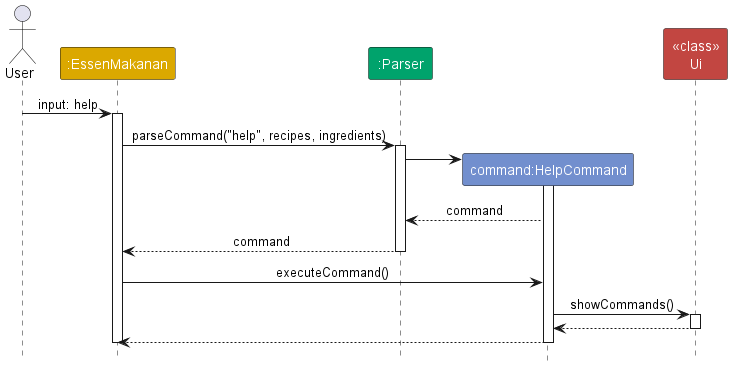
Before: docs/images/HelpFunctionSequenceDiagram.png, a diagram exported from PlantUML (nus-cs2113-AY2324S1/tp).
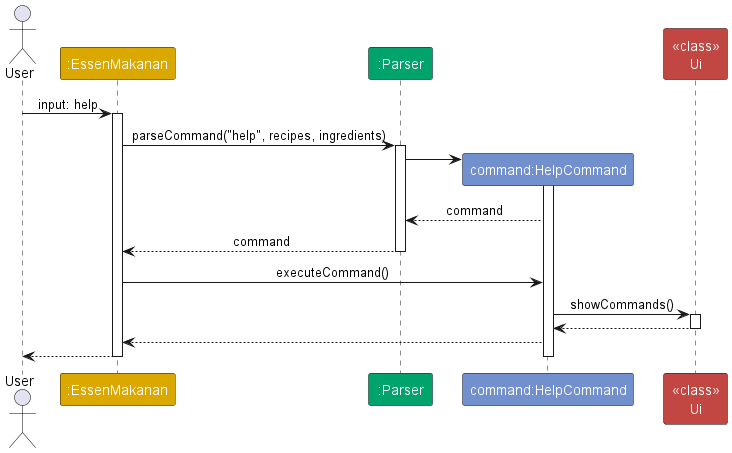
After the change.

What changed in the source:
```diff
@@ -34,6 +34,9 @@
 deactivate Ui
 
 HelpCommand --> EssenMakanan
+
+EssenMakanan --> User
+
 deactivate HelpCommand
 
 deactivate EssenMakanan
```
